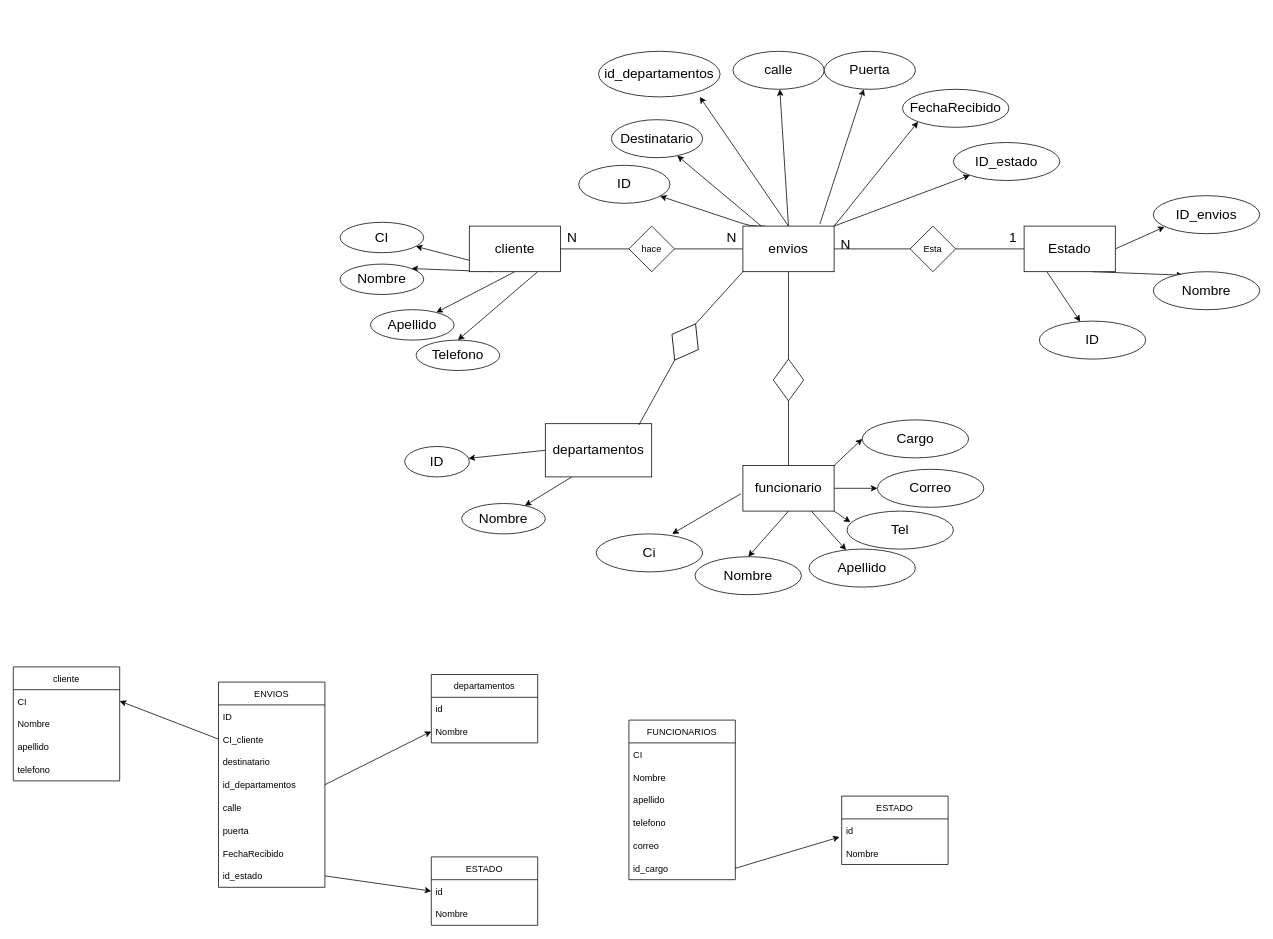
Earlier version of the draw.io diagram Mer/mer_V6.drawio (mateovillaa11/Proyecto_FindeA-o). Source tidied: cells renumbered, new cells numbered last; positions are measured from the earlier drawing's top-left corner, leaving out a move shared by most shapes. Both pictures are drawn from the tidied source at 76%, with x=0, y=0 at pixel (13, 51).
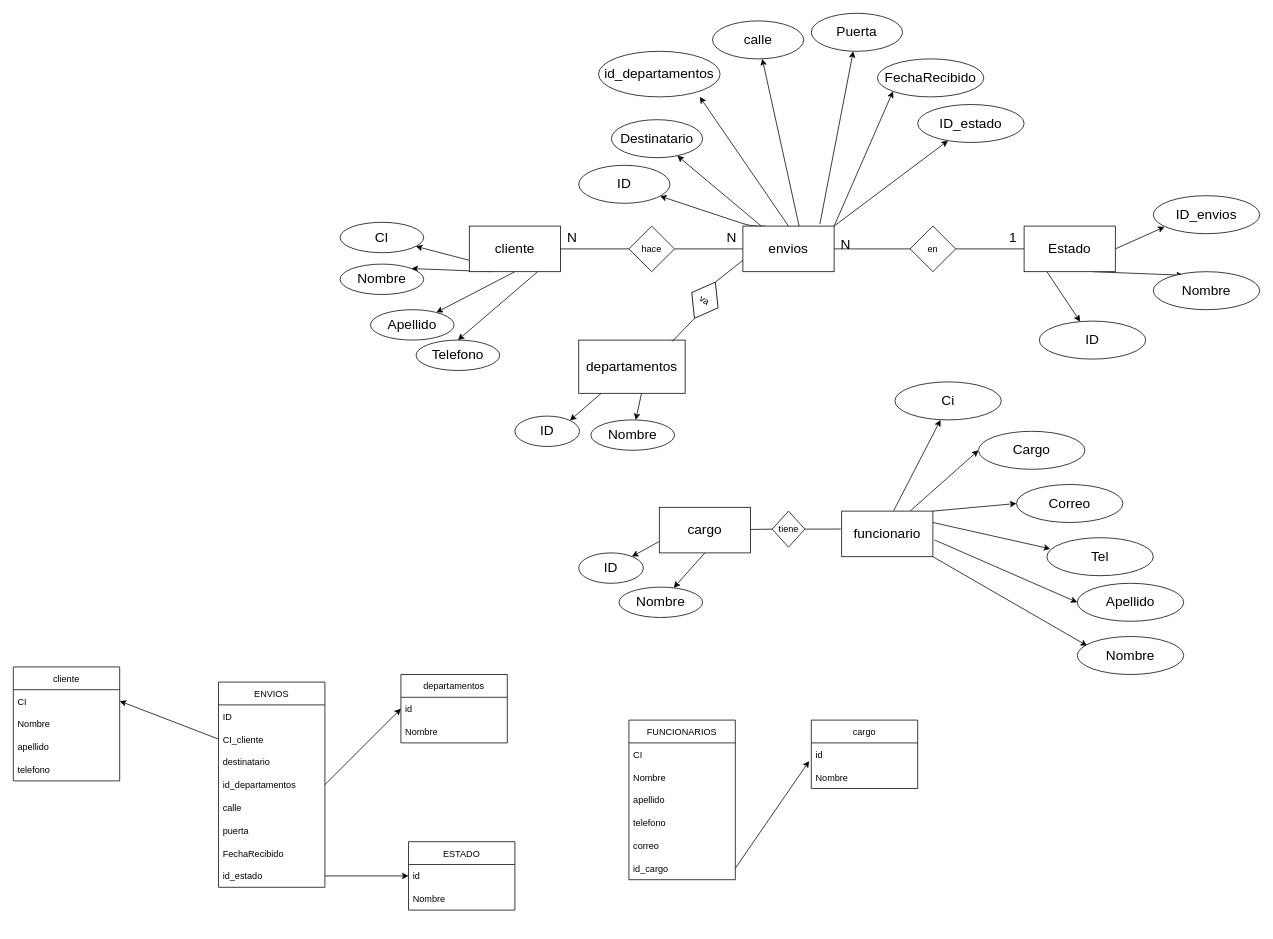
The same diagram, later.

Unchanged cells that the change refers to:
```xml
<mxCell id="17" value="&lt;font style=&quot;font-size: 18px&quot;&gt;envios&lt;/font&gt;" style="rounded=0;whiteSpace=wrap;html=1;" parent="1" vertex="1">
  <mxGeometry x="960" y="230" width="120" height="60" as="geometry" />
</mxCell>
<mxCell id="72" value="id_departamentos" style="text;strokeColor=none;fillColor=none;align=left;verticalAlign=middle;spacingLeft=4;spacingRight=4;overflow=hidden;points=[[0,0.5],[1,0.5]];portConstraint=eastwest;" parent="68" vertex="1">
  <mxGeometry y="120" width="140" height="30" as="geometry" />
</mxCell>
<mxCell id="78" value="id" style="text;strokeColor=none;fillColor=none;align=left;verticalAlign=middle;spacingLeft=4;spacingRight=4;overflow=hidden;points=[[0,0.5],[1,0.5]];portConstraint=eastwest;" parent="77" vertex="1">
  <mxGeometry y="30" width="140" height="30" as="geometry" />
</mxCell>
<mxCell id="79" value="Nombre" style="text;strokeColor=none;fillColor=none;align=left;verticalAlign=middle;spacingLeft=4;spacingRight=4;overflow=hidden;points=[[0,0.5],[1,0.5]];portConstraint=eastwest;" parent="77" vertex="1">
  <mxGeometry y="60" width="140" height="30" as="geometry" />
</mxCell>
```

The edit, as a diff of the source:
```diff
@@
-    <mxCell id="12" style="edgeStyle=none;html=1;exitX=0.5;exitY=0;exitDx=0;exitDy=0;fontSize=18;" parent="1" edge="1" source="17" target="38">
+    <mxCell id="12" style="edgeStyle=none;html=1;exitX=0.618;exitY=0.013;exitDx=0;exitDy=0;fontSize=18;exitPerimeter=0;" parent="1" edge="1" source="17" target="38">
       <mxGeometry relative="1" as="geometry" />
     </mxCell>
@@
-    <mxCell id="23" value="Esta" style="rhombus;whiteSpace=wrap;html=1;" parent="1" vertex="1">
+    <mxCell id="23" value="en" style="rhombus;whiteSpace=wrap;html=1;" parent="1" vertex="1">
       <mxGeometry x="1180" y="230" width="60" height="60" as="geometry" />
     </mxCell>
@@
-    <mxCell id="25" style="edgeStyle=none;html=1;exitX=-0.02;exitY=0.617;exitDx=0;exitDy=0;fontSize=18;entryX=0.714;entryY=0;entryDx=0;entryDy=0;entryPerimeter=0;exitPerimeter=0;" parent="1" edge="1" source="31" target="47">
+    <mxCell id="25" style="edgeStyle=none;html=1;exitX=0.569;exitY=-0.006;exitDx=0;exitDy=0;fontSize=18;entryX=0.429;entryY=1;entryDx=0;entryDy=0;entryPerimeter=0;exitPerimeter=0;" parent="1" edge="1" source="31" target="47">
       <mxGeometry relative="1" as="geometry" />
     </mxCell>
-    <mxCell id="26" style="edgeStyle=none;html=1;exitX=0.5;exitY=1;exitDx=0;exitDy=0;fontSize=18;entryX=0.5;entryY=0;entryDx=0;entryDy=0;" parent="1" edge="1" source="31" target="48">
+    <mxCell id="26" style="edgeStyle=none;html=1;exitX=1;exitY=1;exitDx=0;exitDy=0;fontSize=18;entryX=0.093;entryY=0.244;entryDx=0;entryDy=0;entryPerimeter=0;" parent="1" edge="1" source="31" target="48">
       <mxGeometry relative="1" as="geometry" />
     </mxCell>
-    <mxCell id="27" style="edgeStyle=none;html=1;exitX=0.75;exitY=1;exitDx=0;exitDy=0;fontSize=18;" parent="1" edge="1" source="31" target="49">
+    <mxCell id="27" style="edgeStyle=none;html=1;exitX=1.019;exitY=0.634;exitDx=0;exitDy=0;fontSize=18;exitPerimeter=0;entryX=0;entryY=0.5;entryDx=0;entryDy=0;" parent="1" edge="1" source="31" target="49">
       <mxGeometry relative="1" as="geometry" />
     </mxCell>
-    <mxCell id="28" style="edgeStyle=none;html=1;exitX=1;exitY=1;exitDx=0;exitDy=0;entryX=0.032;entryY=0.293;entryDx=0;entryDy=0;entryPerimeter=0;fontSize=18;" parent="1" edge="1" source="31" target="50">
+    <mxCell id="28" style="edgeStyle=none;html=1;exitX=1;exitY=0.25;exitDx=0;exitDy=0;entryX=0.032;entryY=0.293;entryDx=0;entryDy=0;entryPerimeter=0;fontSize=18;" parent="1" edge="1" source="31" target="50">
       <mxGeometry relative="1" as="geometry" />
     </mxCell>
-    <mxCell id="29" style="edgeStyle=none;html=1;exitX=1;exitY=0.5;exitDx=0;exitDy=0;fontSize=18;entryX=0;entryY=0.5;entryDx=0;entryDy=0;" parent="1" edge="1" source="31" target="51">
+    <mxCell id="29" style="edgeStyle=none;html=1;exitX=1;exitY=0;exitDx=0;exitDy=0;fontSize=18;entryX=0;entryY=0.5;entryDx=0;entryDy=0;" parent="1" edge="1" source="31" target="51">
       <mxGeometry relative="1" as="geometry" />
     </mxCell>
-    <mxCell id="30" style="edgeStyle=none;html=1;exitX=1;exitY=0;exitDx=0;exitDy=0;fontSize=18;entryX=0;entryY=0.5;entryDx=0;entryDy=0;" parent="1" edge="1" source="31" target="52">
+    <mxCell id="30" style="edgeStyle=none;html=1;exitX=0.75;exitY=0;exitDx=0;exitDy=0;fontSize=18;entryX=0;entryY=0.5;entryDx=0;entryDy=0;" parent="1" edge="1" source="31" target="52">
       <mxGeometry relative="1" as="geometry" />
     </mxCell>
     <mxCell id="31" value="&lt;font style=&quot;font-size: 18px&quot;&gt;funcionario&lt;/font&gt;" style="rounded=0;whiteSpace=wrap;html=1;" parent="1" vertex="1">
-      <mxGeometry x="960" y="545" width="120" height="60" as="geometry" />
+      <mxGeometry x="1090" y="605" width="120" height="60" as="geometry" />
     </mxCell>
@@
     <mxCell id="38" value="calle" style="ellipse;whiteSpace=wrap;html=1;fontSize=18;" parent="1" vertex="1">
-      <mxGeometry x="947" width="120" height="50" as="geometry" />
+      <mxGeometry x="920" y="-40" width="120" height="50" as="geometry" />
     </mxCell>
     <mxCell id="39" value="Puerta" style="ellipse;whiteSpace=wrap;html=1;fontSize=18;" parent="1" vertex="1">
-      <mxGeometry x="1067" width="120" height="50" as="geometry" />
+      <mxGeometry x="1050" y="-50" width="120" height="50" as="geometry" />
     </mxCell>
     <mxCell id="40" value="FechaRecibido" style="ellipse;whiteSpace=wrap;html=1;fontSize=18;" parent="1" vertex="1">
-      <mxGeometry x="1170" y="50" width="140" height="50" as="geometry" />
+      <mxGeometry x="1137" y="10" width="140" height="50" as="geometry" />
     </mxCell>
@@
     <mxCell id="47" value="Ci" style="ellipse;whiteSpace=wrap;html=1;fontSize=18;" parent="1" vertex="1">
-      <mxGeometry x="767" y="635" width="140" height="50" as="geometry" />
+      <mxGeometry x="1160" y="435" width="140" height="50" as="geometry" />
     </mxCell>
     <mxCell id="48" value="Nombre" style="ellipse;whiteSpace=wrap;html=1;fontSize=18;" parent="1" vertex="1">
-      <mxGeometry x="897" y="665" width="140" height="50" as="geometry" />
+      <mxGeometry x="1400" y="770" width="140" height="50" as="geometry" />
     </mxCell>
     <mxCell id="49" value="Apellido" style="ellipse;whiteSpace=wrap;html=1;fontSize=18;" parent="1" vertex="1">
-      <mxGeometry x="1047" y="655" width="140" height="50" as="geometry" />
+      <mxGeometry x="1400" y="700" width="140" height="50" as="geometry" />
     </mxCell>
     <mxCell id="50" value="Tel" style="ellipse;whiteSpace=wrap;html=1;fontSize=18;" parent="1" vertex="1">
-      <mxGeometry x="1097" y="605" width="140" height="50" as="geometry" />
+      <mxGeometry x="1360" y="640" width="140" height="50" as="geometry" />
     </mxCell>
     <mxCell id="51" value="Correo" style="ellipse;whiteSpace=wrap;html=1;fontSize=18;" parent="1" vertex="1">
-      <mxGeometry x="1137" y="550" width="140" height="50" as="geometry" />
+      <mxGeometry x="1320" y="570" width="140" height="50" as="geometry" />
     </mxCell>
     <mxCell id="52" value="Cargo" style="ellipse;whiteSpace=wrap;html=1;fontSize=18;" parent="1" vertex="1">
-      <mxGeometry x="1117" y="485" width="140" height="50" as="geometry" />
+      <mxGeometry x="1270" y="500" width="140" height="50" as="geometry" />
     </mxCell>
-    <mxCell id="53" style="rhombus;whiteSpace=wrap;html=1;" parent="1" vertex="1">
-      <mxGeometry x="1000" y="405" width="40" height="55" as="geometry" />
-    </mxCell>
-    <mxCell id="54" style="edgeStyle=none;html=1;entryX=0.5;entryY=0;entryDx=0;entryDy=0;endArrow=none;exitX=0.5;exitY=1;exitDx=0;exitDy=0;" parent="1" edge="1" source="17" target="53">
-      <mxGeometry relative="1" as="geometry" />
-    </mxCell>
-    <mxCell id="55" style="endArrow=none;html=1;entryX=0.5;entryY=1;entryDx=0;entryDy=0;exitX=0.5;exitY=0;exitDx=0;exitDy=0;" parent="1" edge="1" source="31" target="53">
-      <mxGeometry relative="1" as="geometry" />
-    </mxCell>
     <mxCell id="56" value="ID_estado" style="ellipse;whiteSpace=wrap;html=1;fontSize=18;" parent="1" vertex="1">
-      <mxGeometry x="1237" y="120" width="140" height="50" as="geometry" />
+      <mxGeometry x="1190" y="70" width="140" height="50" as="geometry" />
     </mxCell>
-    <mxCell id="57" style="edgeStyle=none;html=1;exitX=0;exitY=0.5;exitDx=0;exitDy=0;" parent="1" edge="1" source="59" target="64">
+    <mxCell id="57" style="edgeStyle=none;html=1;entryX=1;entryY=0;entryDx=0;entryDy=0;" parent="1" edge="1" source="59" target="64">
       <mxGeometry relative="1" as="geometry" />
     </mxCell>
-    <mxCell id="58" style="edgeStyle=none;html=1;exitX=0.25;exitY=1;exitDx=0;exitDy=0;" parent="1" edge="1" source="59" target="63">
+    <mxCell id="58" style="edgeStyle=none;html=1;exitX=0.591;exitY=0.994;exitDx=0;exitDy=0;exitPerimeter=0;" parent="1" edge="1" source="59" target="63">
       <mxGeometry relative="1" as="geometry" />
     </mxCell>
     <mxCell id="59" value="&lt;span style=&quot;font-size: 18px&quot;&gt;departamentos&lt;/span&gt;" style="rounded=0;whiteSpace=wrap;html=1;" parent="1" vertex="1">
-      <mxGeometry x="700" y="490" width="140" height="70" as="geometry" />
+      <mxGeometry x="744" y="380" width="140" height="70" as="geometry" />
     </mxCell>
@@
-    <mxCell id="61" style="rhombus;whiteSpace=wrap;html=1;rotation=30;" parent="1" vertex="1">
-      <mxGeometry x="864" y="355" width="40" height="55" as="geometry" />
+    <mxCell id="61" value="va" style="rhombus;whiteSpace=wrap;html=1;rotation=30;" parent="1" vertex="1">
+      <mxGeometry x="890" y="300" width="40" height="55" as="geometry" />
     </mxCell>
-    <mxCell id="62" style="endArrow=none;html=1;entryX=0.5;entryY=0;entryDx=0;entryDy=0;exitX=0;exitY=1;exitDx=0;exitDy=0;" parent="1" edge="1" source="17" target="61">
+    <mxCell id="62" style="endArrow=none;html=1;entryX=0.5;entryY=0;entryDx=0;entryDy=0;exitX=0;exitY=0.75;exitDx=0;exitDy=0;" parent="1" edge="1" source="17" target="61">
       <mxGeometry relative="1" as="geometry" />
     </mxCell>
     <mxCell id="63" value="Nombre" style="ellipse;whiteSpace=wrap;html=1;fontSize=18;" parent="1" vertex="1">
-      <mxGeometry x="590" y="595" width="110" height="40" as="geometry" />
+      <mxGeometry x="760" y="485" width="110" height="40" as="geometry" />
     </mxCell>
     <mxCell id="64" value="ID" style="ellipse;whiteSpace=wrap;html=1;fontSize=18;" parent="1" vertex="1">
-      <mxGeometry x="515" y="520" width="85" height="40" as="geometry" />
+      <mxGeometry x="660" y="480" width="85" height="40" as="geometry" />
     </mxCell>
@@
     <mxCell id="77" value="departamentos" style="swimlane;fontStyle=0;horizontal=1;startSize=30;" parent="1" vertex="1">
-      <mxGeometry x="550" y="820" width="140" height="90" as="geometry" />
+      <mxGeometry x="510" y="820" width="140" height="90" as="geometry" />
     </mxCell>
@@
-    <mxCell id="80" style="edgeStyle=none;html=1;exitX=1;exitY=0.5;exitDx=0;exitDy=0;entryX=0;entryY=0.5;entryDx=0;entryDy=0;" parent="1" edge="1" source="72" target="79">
+    <mxCell id="80" style="edgeStyle=none;html=1;exitX=1;exitY=0.5;exitDx=0;exitDy=0;entryX=0;entryY=0.5;entryDx=0;entryDy=0;" parent="1" edge="1" source="72" target="78">
       <mxGeometry relative="1" as="geometry" />
     </mxCell>
@@
     <mxCell id="87" value="ESTADO" style="swimlane;fontStyle=0;horizontal=1;startSize=30;" parent="1" vertex="1">
-      <mxGeometry x="550" y="1060" width="140" height="90" as="geometry" />
+      <mxGeometry x="520" y="1040" width="140" height="90" as="geometry" />
     </mxCell>
@@
-    <mxCell id="98" value="ESTADO" style="swimlane;fontStyle=0;horizontal=1;startSize=30;" parent="1" vertex="1">
-      <mxGeometry x="1090" y="980" width="140" height="90" as="geometry" />
+    <mxCell id="98" value="cargo" style="swimlane;fontStyle=0;horizontal=1;startSize=30;" parent="1" vertex="1">
+      <mxGeometry x="1050" y="880" width="140" height="90" as="geometry" />
     </mxCell>
@@
+    <mxCell id="101" style="endArrow=none;html=1;exitX=0;exitY=0.5;exitDx=0;exitDy=0;startArrow=none;" parent="1" edge="1" source="102" target="106">
+      <mxGeometry relative="1" as="geometry" />
+    </mxCell>
+    <mxCell id="102" value="tiene" style="rhombus;whiteSpace=wrap;html=1;rotation=0;" parent="1" vertex="1">
+      <mxGeometry x="998.5" y="605" width="43" height="47.5" as="geometry" />
+    </mxCell>
+    <mxCell id="103" style="endArrow=none;html=1;exitX=-0.011;exitY=0.394;exitDx=0;exitDy=0;startArrow=none;exitPerimeter=0;" parent="1" edge="1" source="31" target="102">
+      <mxGeometry relative="1" as="geometry" />
+    </mxCell>
+    <mxCell id="104" style="edgeStyle=none;html=1;exitX=0.5;exitY=1;exitDx=0;exitDy=0;" parent="1" edge="1" source="106" target="108">
+      <mxGeometry relative="1" as="geometry" />
+    </mxCell>
+    <mxCell id="105" style="edgeStyle=none;html=1;exitX=0;exitY=0.75;exitDx=0;exitDy=0;" parent="1" edge="1" source="106" target="107">
+      <mxGeometry relative="1" as="geometry" />
+    </mxCell>
+    <mxCell id="106" value="&lt;span style=&quot;font-size: 18px&quot;&gt;cargo&lt;/span&gt;" style="rounded=0;whiteSpace=wrap;html=1;" parent="1" vertex="1">
+      <mxGeometry x="850" y="600" width="120" height="60" as="geometry" />
+    </mxCell>
+    <mxCell id="107" value="ID" style="ellipse;whiteSpace=wrap;html=1;fontSize=18;" parent="1" vertex="1">
+      <mxGeometry x="744" y="660" width="85" height="40" as="geometry" />
+    </mxCell>
+    <mxCell id="108" value="Nombre" style="ellipse;whiteSpace=wrap;html=1;fontSize=18;" parent="1" vertex="1">
+      <mxGeometry x="797" y="705" width="110" height="40" as="geometry" />
+    </mxCell>
```
